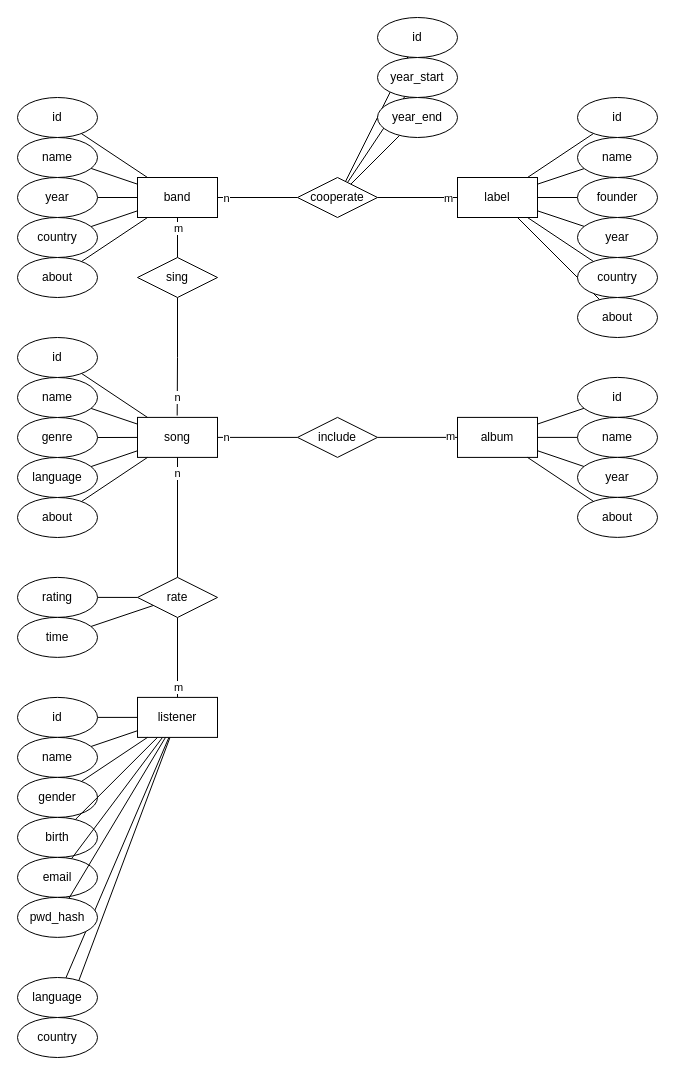
denzhkko/bmstu_iu7_db keeps this draw.io diagram as lab_01/db_er.drawio. Above is the earlier version. Source tidied: cells renumbered, new cells numbered last; positions are measured from the earlier drawing's top-left corner, leaving out a move shared by most shapes. Both pictures are drawn from the tidied source at 100%, with x=0, y=0 at pixel (17, 17).
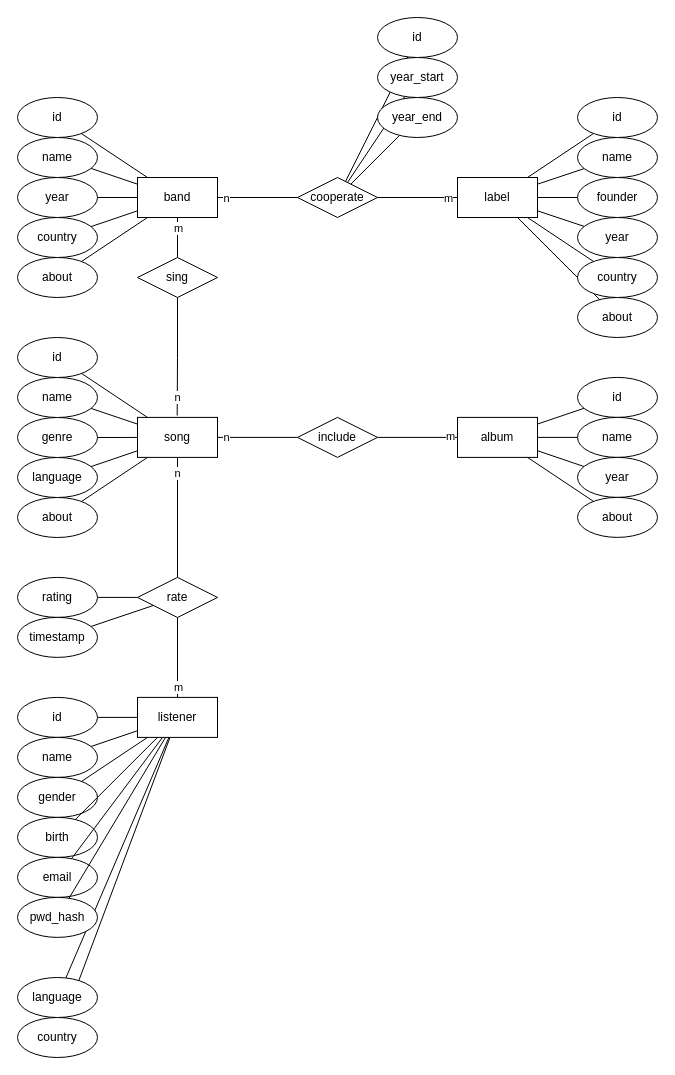
The same page after the edit.

Commit message (it also covers changes not shown here):
lab_01:rate time -> timestamp

The edit, as a diff of the source:
```diff
@@
-    <mxCell id="72" value="time" style="ellipse;whiteSpace=wrap;html=1;" parent="1" vertex="1">
+    <mxCell id="72" value="&lt;div&gt;timestamp&lt;/div&gt;" style="ellipse;whiteSpace=wrap;html=1;" parent="1" vertex="1">
       <mxGeometry y="599.9" width="80" height="40" as="geometry" />
     </mxCell>
```
